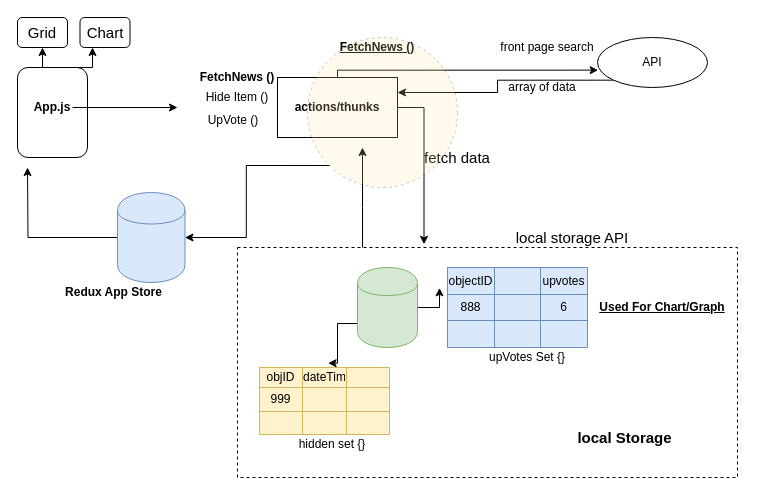
This is extra/main.drawio from rohit-khanna/hacker-news-clone, a draw.io file, before an edit. Source tidied: cells renumbered, new cells numbered last; positions are measured from the earlier drawing's top-left corner, leaving out a move shared by most shapes. Both pictures are drawn from the tidied source at 100%, with x=0, y=0 at pixel (17, 17).
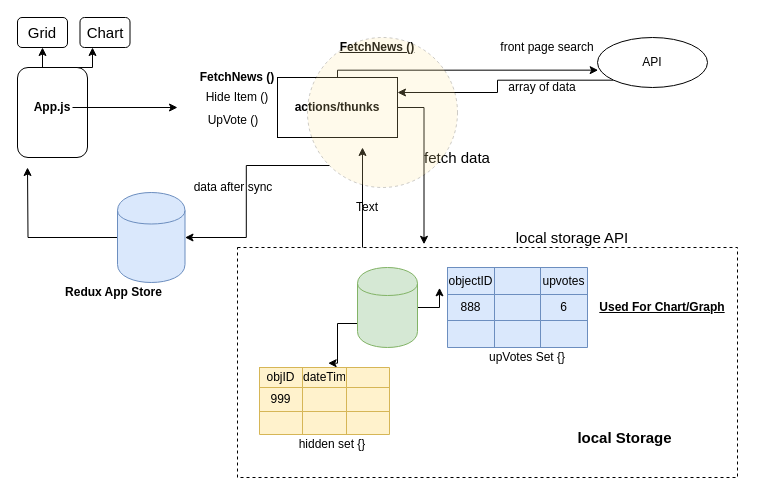
After the change.

The edit, as a diff of the source:
```diff
@@
+    <mxCell id="63" value="Text" style="text;html=1;strokeColor=none;fillColor=none;align=center;verticalAlign=middle;whiteSpace=wrap;rounded=0;" parent="1" vertex="1">
+      <mxGeometry x="330" y="180" width="40" height="20" as="geometry" />
+    </mxCell>
+    <mxCell id="64" value="data after sync" style="text;html=1;strokeColor=none;fillColor=none;align=center;verticalAlign=middle;whiteSpace=wrap;rounded=0;" parent="1" vertex="1">
+      <mxGeometry x="163" y="160" width="106" height="20" as="geometry" />
+    </mxCell>
```
